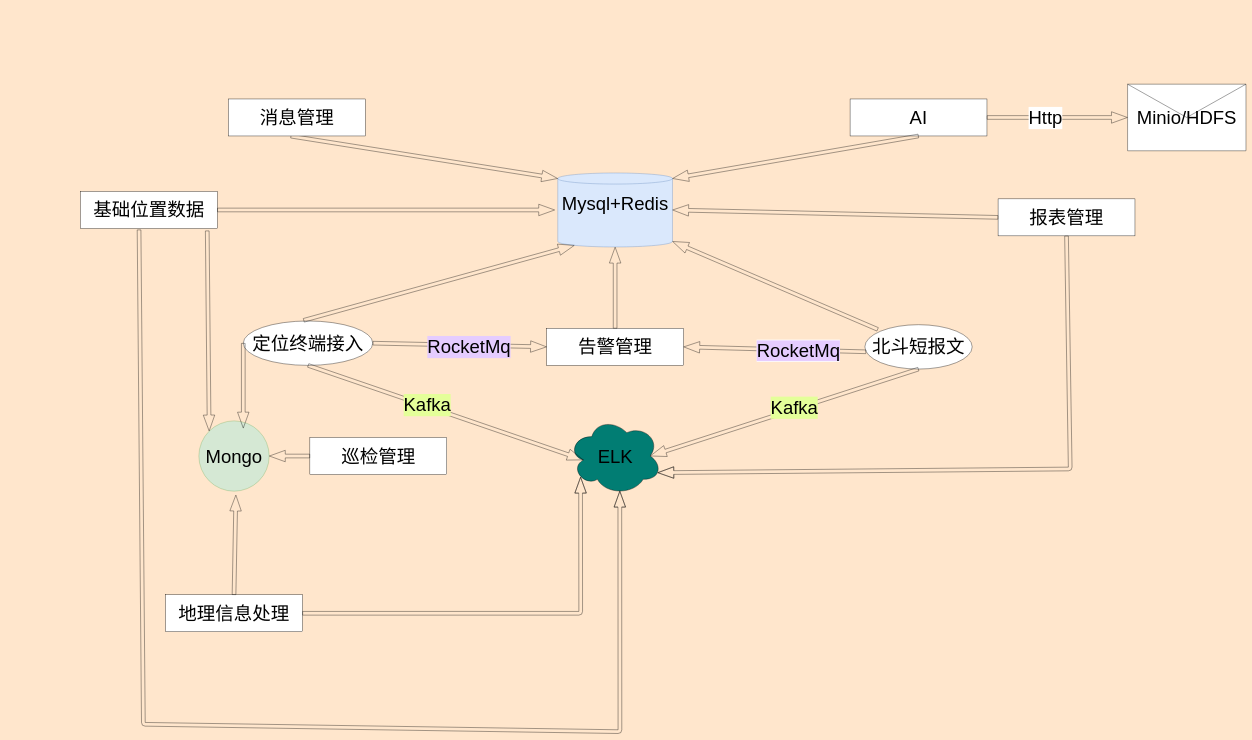
The draw.io diagram Untitled Diagram.drawio in juwujiu/diag, before the edit. Source tidied: cells renumbered, new cells numbered last; positions are measured from the earlier drawing's top-left corner, leaving out a move shared by most shapes. Both pictures are drawn from the tidied source at 37%, with x=0, y=0 at pixel (80, 84).
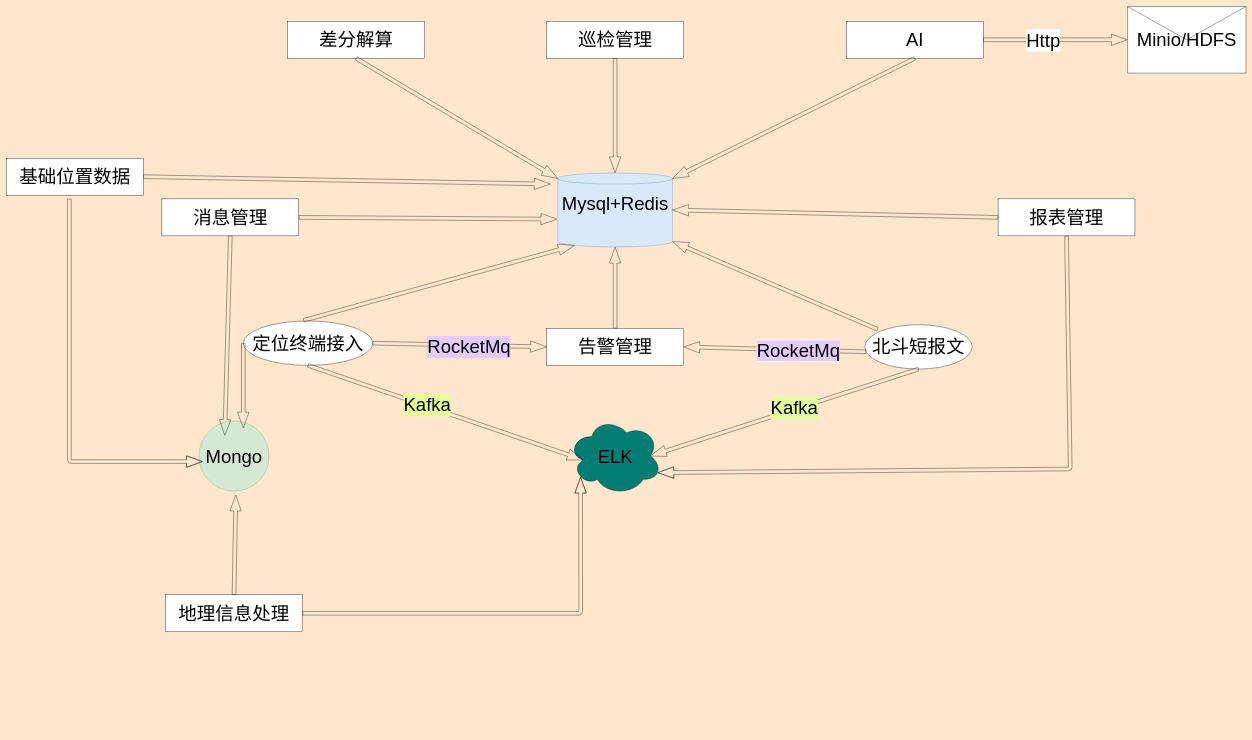
After the change.

Unchanged cells that the change refers to:
```xml
<mxCell id="2" value="Mongo" style="ellipse;whiteSpace=wrap;html=1;hachureGap=4;fontSize=50;fillColor=#d5e8d4;strokeColor=#82b366;" parent="1" vertex="1">
  <mxGeometry x="320" y="910" width="190" height="190" as="geometry" />
</mxCell>
<mxCell id="3" value="&lt;div&gt;Mysql+Redis&lt;/div&gt;&lt;div&gt;&lt;br&gt;&lt;/div&gt;" style="shape=cylinder3;whiteSpace=wrap;html=1;boundedLbl=1;backgroundOutline=1;size=15;hachureGap=4;fontSize=50;fillColor=#dae8fc;strokeColor=#6c8ebf;" parent="1" vertex="1">
  <mxGeometry x="1290" y="240" width="310" height="200" as="geometry" />
</mxCell>
<mxCell id="4" value="ELK" style="ellipse;shape=cloud;whiteSpace=wrap;html=1;hachureGap=4;fontSize=50;fillColor=#017D73;" parent="1" vertex="1">
  <mxGeometry x="1318.8" y="900" width="252.5" height="210" as="geometry" />
</mxCell>
```

What changed in the source:
```diff
@@
     <mxCell id="7" value="基础位置数据" style="rounded=0;whiteSpace=wrap;html=1;hachureGap=4;fontSize=50;" parent="1" vertex="1">
-      <mxGeometry y="290" width="370" height="100" as="geometry" />
+      <mxGeometry x="-200" y="200" width="370" height="100" as="geometry" />
     </mxCell>
@@
     <mxCell id="9" value="AI" style="rounded=0;whiteSpace=wrap;html=1;hachureGap=4;fontSize=50;" parent="1" vertex="1">
-      <mxGeometry x="2080" y="40" width="370" height="100" as="geometry" />
+      <mxGeometry x="2070" y="-170" width="370" height="100" as="geometry" />
     </mxCell>
     <mxCell id="10" value="Minio/HDFS" style="shape=message;html=1;whiteSpace=wrap;html=1;outlineConnect=0;hachureGap=4;fontSize=50;" parent="1" vertex="1">
-      <mxGeometry x="2830" width="320" height="180" as="geometry" />
+      <mxGeometry x="2830" y="-210" width="320" height="180" as="geometry" />
     </mxCell>
@@
-    <mxCell id="18" style="shape=flexArrow;endArrow=classic;html=1;fontSize=50;startSize=14;endSize=14;sourcePerimeterSpacing=8;targetPerimeterSpacing=8;exitX=0.455;exitY=1.004;exitDx=0;exitDy=0;entryX=0;entryY=0;entryDx=0;entryDy=15;entryPerimeter=0;exitPerimeter=0;" parent="1" edge="1" source="22" target="3">
+    <mxCell id="18" style="shape=flexArrow;endArrow=classic;html=1;fontSize=50;startSize=14;endSize=14;sourcePerimeterSpacing=8;targetPerimeterSpacing=8;exitX=1;exitY=0.5;exitDx=0;exitDy=0;entryX=-0.006;entryY=0.624;entryDx=0;entryDy=0;entryPerimeter=0;" parent="1" edge="1" source="22" target="3">
       <mxGeometry relative="1" as="geometry" />
     </mxCell>
@@
     <mxCell id="20" value="巡检管理" style="rounded=0;whiteSpace=wrap;html=1;hachureGap=4;fontSize=50;" parent="1" vertex="1">
-      <mxGeometry x="620" y="955" width="370" height="100" as="geometry" />
+      <mxGeometry x="1260" y="-170" width="370" height="100" as="geometry" />
     </mxCell>
@@
     <mxCell id="22" value="消息管理" style="rounded=0;whiteSpace=wrap;html=1;hachureGap=4;fontSize=50;" parent="1" vertex="1">
-      <mxGeometry x="400" y="40" width="370" height="100" as="geometry" />
+      <mxGeometry x="220" y="310" width="370" height="100" as="geometry" />
     </mxCell>
@@
-    <mxCell id="31" style="shape=flexArrow;endArrow=classic;html=1;fontSize=50;startSize=14;endSize=14;sourcePerimeterSpacing=8;targetPerimeterSpacing=8;exitX=1;exitY=0.5;exitDx=0;exitDy=0;" parent="1" edge="1" source="7" target="3">
-      <mxGeometry relative="1" as="geometry" />
+    <mxCell id="31" style="shape=flexArrow;endArrow=classic;html=1;fontSize=50;startSize=14;endSize=14;sourcePerimeterSpacing=8;targetPerimeterSpacing=8;exitX=1;exitY=0.5;exitDx=0;exitDy=0;" parent="1" edge="1" source="7">
+      <mxGeometry relative="1" as="geometry">
+        <mxPoint x="1270" y="270" as="targetPoint" />
+      </mxGeometry>
     </mxCell>
@@
-    <mxCell id="34" style="shape=flexArrow;endArrow=classic;html=1;fontSize=50;startSize=14;endSize=14;sourcePerimeterSpacing=8;targetPerimeterSpacing=8;exitX=0;exitY=0.5;exitDx=0;exitDy=0;entryX=1;entryY=0.5;entryDx=0;entryDy=0;" parent="1" edge="1" source="20" target="2">
+    <mxCell id="34" style="shape=flexArrow;endArrow=classic;html=1;fontSize=50;startSize=14;endSize=14;sourcePerimeterSpacing=8;targetPerimeterSpacing=8;exitX=0.5;exitY=1;exitDx=0;exitDy=0;entryX=0.5;entryY=0;entryDx=0;entryDy=0;entryPerimeter=0;" parent="1" edge="1" source="20" target="3">
       <mxGeometry relative="1" as="geometry" />
     </mxCell>
@@
-    <mxCell id="36" style="shape=flexArrow;endArrow=classic;html=1;fontSize=50;startSize=14;endSize=14;sourcePerimeterSpacing=8;targetPerimeterSpacing=8;exitX=0.428;exitY=1.033;exitDx=0;exitDy=0;exitPerimeter=0;entryX=0.55;entryY=0.95;entryDx=0;entryDy=0;entryPerimeter=0;" parent="1" edge="1" source="7" target="4">
-      <mxGeometry relative="1" as="geometry">
-        <Array as="points">
-          <mxPoint x="170" y="1730" />
-          <mxPoint x="1458" y="1750" />
-        </Array>
-      </mxGeometry>
-    </mxCell>
-    <mxCell id="37" style="shape=flexArrow;endArrow=classic;html=1;fontSize=50;startSize=14;endSize=14;sourcePerimeterSpacing=8;targetPerimeterSpacing=8;entryX=0;entryY=0;entryDx=0;entryDy=0;exitX=0.926;exitY=1.061;exitDx=0;exitDy=0;exitPerimeter=0;" parent="1" edge="1" source="7" target="2">
-      <mxGeometry relative="1" as="geometry" />
+    <mxCell id="37" style="shape=flexArrow;endArrow=classic;html=1;fontSize=50;startSize=14;endSize=14;sourcePerimeterSpacing=8;targetPerimeterSpacing=8;" parent="1" edge="1">
+      <mxGeometry relative="1" as="geometry">
+        <mxPoint x="-30" y="310" as="sourcePoint" />
+        <mxPoint x="330" y="1020" as="targetPoint" />
+        <Array as="points">
+          <mxPoint x="-30" y="1020" />
+        </Array>
+      </mxGeometry>
     </mxCell>
@@
+    <mxCell id="39" style="shape=flexArrow;endArrow=classic;html=1;startSize=14;endSize=14;sourcePerimeterSpacing=8;targetPerimeterSpacing=8;exitX=0.5;exitY=1;exitDx=0;exitDy=0;" parent="1" edge="1" source="22">
+      <mxGeometry relative="1" as="geometry">
+        <mxPoint x="390" y="950" as="targetPoint" />
+      </mxGeometry>
+    </mxCell>
+    <mxCell id="40" value="差分解算" style="rounded=0;whiteSpace=wrap;html=1;hachureGap=4;fontSize=50;" parent="1" vertex="1">
+      <mxGeometry x="560" y="-170" width="370" height="100" as="geometry" />
+    </mxCell>
+    <mxCell id="41" style="shape=flexArrow;endArrow=classic;html=1;startSize=14;endSize=14;sourcePerimeterSpacing=8;targetPerimeterSpacing=8;exitX=0.5;exitY=1;exitDx=0;exitDy=0;entryX=0;entryY=0;entryDx=0;entryDy=15;entryPerimeter=0;" parent="1" edge="1" source="40" target="3">
+      <mxGeometry relative="1" as="geometry" />
+    </mxCell>
```
